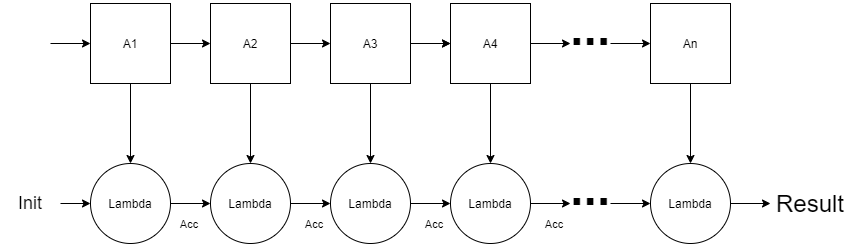
Before: docs/images/fold.drawio.png, a diagram exported from draw.io (macbeth-byui/cse382-course). Source tidied: cells renumbered, new cells last; positions are measured from the earlier drawing's top-left corner, leaving out a move shared by most shapes. Its diagram source:
```xml
<mxGraphModel>
  <root>
    <mxCell id="0" />
    <mxCell id="1" parent="0" />
    <mxCell id="2" style="edgeStyle=orthogonalEdgeStyle;rounded=0;jettySize=auto;html=1;exitX=0;exitY=0.5;exitDx=0;exitDy=0;startArrow=classic;startFill=1;endArrow=none;endFill=0;" parent="1" edge="1" source="4">
      <mxGeometry relative="1" as="geometry">
        <mxPoint x="50" y="40" as="targetPoint" />
      </mxGeometry>
    </mxCell>
    <mxCell id="3" style="edgeStyle=orthogonalEdgeStyle;rounded=0;jettySize=auto;html=1;exitX=0.5;exitY=1;exitDx=0;exitDy=0;entryX=0.5;entryY=0;entryDx=0;entryDy=0;startArrow=none;startFill=0;endArrow=classic;endFill=1;" parent="1" edge="1" source="4" target="21">
      <mxGeometry relative="1" as="geometry" />
    </mxCell>
    <mxCell id="4" value="A1" style="whiteSpace=wrap;html=1;" parent="1" vertex="1">
      <mxGeometry x="90" width="80" height="80" as="geometry" />
    </mxCell>
    <mxCell id="5" style="edgeStyle=orthogonalEdgeStyle;rounded=0;jettySize=auto;html=1;exitX=0;exitY=0.5;exitDx=0;exitDy=0;entryX=1;entryY=0.5;entryDx=0;entryDy=0;startArrow=classic;startFill=1;endArrow=none;endFill=0;" parent="1" edge="1" source="7" target="4">
      <mxGeometry relative="1" as="geometry" />
    </mxCell>
    <mxCell id="6" style="edgeStyle=orthogonalEdgeStyle;rounded=0;jettySize=auto;html=1;startArrow=none;startFill=0;endArrow=classic;endFill=1;" parent="1" edge="1" source="7" target="23">
      <mxGeometry relative="1" as="geometry" />
    </mxCell>
    <mxCell id="7" value="A2" style="whiteSpace=wrap;html=1;" parent="1" vertex="1">
      <mxGeometry x="210" width="80" height="80" as="geometry" />
    </mxCell>
    <mxCell id="8" style="edgeStyle=orthogonalEdgeStyle;rounded=0;jettySize=auto;html=1;exitX=0;exitY=0.5;exitDx=0;exitDy=0;entryX=1;entryY=0.5;entryDx=0;entryDy=0;startArrow=classic;startFill=1;endArrow=none;endFill=0;" parent="1" edge="1" source="11" target="7">
      <mxGeometry relative="1" as="geometry" />
    </mxCell>
    <mxCell id="9" style="edgeStyle=orthogonalEdgeStyle;rounded=0;jettySize=auto;html=1;startArrow=none;startFill=0;endArrow=classic;endFill=1;" parent="1" edge="1" source="11" target="25">
      <mxGeometry relative="1" as="geometry" />
    </mxCell>
    <mxCell id="10" style="edgeStyle=orthogonalEdgeStyle;rounded=0;jettySize=auto;html=1;startArrow=none;startFill=0;endArrow=classic;endFill=1;" parent="1" edge="1" source="11" target="15">
      <mxGeometry relative="1" as="geometry" />
    </mxCell>
    <mxCell id="11" value="A3" style="whiteSpace=wrap;html=1;" parent="1" vertex="1">
      <mxGeometry x="330" width="80" height="80" as="geometry" />
    </mxCell>
    <mxCell id="12" style="edgeStyle=orthogonalEdgeStyle;rounded=0;jettySize=auto;html=1;exitX=0;exitY=0.5;exitDx=0;exitDy=0;startArrow=classic;startFill=1;endArrow=none;endFill=0;" parent="1" edge="1" source="15">
      <mxGeometry relative="1" as="geometry">
        <mxPoint x="420" y="40" as="targetPoint" />
      </mxGeometry>
    </mxCell>
    <mxCell id="13" style="edgeStyle=orthogonalEdgeStyle;rounded=0;jettySize=auto;html=1;exitX=1;exitY=0.5;exitDx=0;exitDy=0;startArrow=none;startFill=0;endArrow=classic;endFill=1;" parent="1" edge="1" source="15">
      <mxGeometry relative="1" as="geometry">
        <mxPoint x="570" y="40" as="targetPoint" />
      </mxGeometry>
    </mxCell>
    <mxCell id="14" style="edgeStyle=orthogonalEdgeStyle;rounded=0;jettySize=auto;html=1;startArrow=none;startFill=0;endArrow=classic;endFill=1;" parent="1" edge="1" source="15" target="27">
      <mxGeometry relative="1" as="geometry" />
    </mxCell>
    <mxCell id="15" value="A4" style="whiteSpace=wrap;html=1;" parent="1" vertex="1">
      <mxGeometry x="450" width="80" height="80" as="geometry" />
    </mxCell>
    <mxCell id="16" style="edgeStyle=orthogonalEdgeStyle;rounded=0;jettySize=auto;html=1;exitX=0;exitY=0.5;exitDx=0;exitDy=0;startArrow=classic;startFill=1;endArrow=none;endFill=0;" parent="1" edge="1" source="18">
      <mxGeometry relative="1" as="geometry">
        <mxPoint x="610" y="40" as="targetPoint" />
      </mxGeometry>
    </mxCell>
    <mxCell id="17" style="edgeStyle=orthogonalEdgeStyle;rounded=0;jettySize=auto;html=1;startArrow=none;startFill=0;endArrow=classic;endFill=1;" parent="1" edge="1" source="18" target="30">
      <mxGeometry relative="1" as="geometry" />
    </mxCell>
    <mxCell id="18" value="An" style="whiteSpace=wrap;html=1;" parent="1" vertex="1">
      <mxGeometry x="650" width="80" height="80" as="geometry" />
    </mxCell>
    <mxCell id="19" value="&lt;b&gt;&lt;font style=&quot;font-size: 48px&quot;&gt;...&lt;/font&gt;&lt;/b&gt;" style="text;html=1;strokeColor=none;fillColor=none;align=center;verticalAlign=middle;whiteSpace=wrap;rounded=0;" parent="1" vertex="1">
      <mxGeometry x="560" y="10" width="60" height="30" as="geometry" />
    </mxCell>
    <mxCell id="20" style="edgeStyle=orthogonalEdgeStyle;rounded=0;jettySize=auto;html=1;exitX=1;exitY=0.5;exitDx=0;exitDy=0;entryX=0;entryY=0.5;entryDx=0;entryDy=0;startArrow=none;startFill=0;endArrow=classic;endFill=1;" parent="1" edge="1" source="21" target="23">
      <mxGeometry relative="1" as="geometry" />
    </mxCell>
    <mxCell id="21" value="Lambda" style="ellipse;whiteSpace=wrap;html=1;" parent="1" vertex="1">
      <mxGeometry x="90" y="160" width="80" height="80" as="geometry" />
    </mxCell>
    <mxCell id="22" style="edgeStyle=orthogonalEdgeStyle;rounded=0;jettySize=auto;html=1;exitX=1;exitY=0.5;exitDx=0;exitDy=0;entryX=0;entryY=0.5;entryDx=0;entryDy=0;startArrow=none;startFill=0;endArrow=classic;endFill=1;" parent="1" edge="1" source="23" target="25">
      <mxGeometry relative="1" as="geometry" />
    </mxCell>
    <mxCell id="23" value="Lambda" style="ellipse;whiteSpace=wrap;html=1;" parent="1" vertex="1">
      <mxGeometry x="210" y="160" width="80" height="80" as="geometry" />
    </mxCell>
    <mxCell id="24" style="edgeStyle=orthogonalEdgeStyle;rounded=0;jettySize=auto;html=1;exitX=1;exitY=0.5;exitDx=0;exitDy=0;entryX=0;entryY=0.5;entryDx=0;entryDy=0;startArrow=none;startFill=0;endArrow=classic;endFill=1;" parent="1" edge="1" source="25" target="27">
      <mxGeometry relative="1" as="geometry" />
    </mxCell>
    <mxCell id="25" value="Lambda" style="ellipse;whiteSpace=wrap;html=1;" parent="1" vertex="1">
      <mxGeometry x="330" y="160" width="80" height="80" as="geometry" />
    </mxCell>
    <mxCell id="26" style="edgeStyle=orthogonalEdgeStyle;rounded=0;jettySize=auto;html=1;exitX=1;exitY=0.5;exitDx=0;exitDy=0;startArrow=none;startFill=0;endArrow=classic;endFill=1;" parent="1" edge="1" source="27">
      <mxGeometry relative="1" as="geometry">
        <mxPoint x="570" y="200" as="targetPoint" />
      </mxGeometry>
    </mxCell>
    <mxCell id="27" value="Lambda" style="ellipse;whiteSpace=wrap;html=1;" parent="1" vertex="1">
      <mxGeometry x="450" y="160" width="80" height="80" as="geometry" />
    </mxCell>
    <mxCell id="28" style="edgeStyle=orthogonalEdgeStyle;rounded=0;jettySize=auto;html=1;exitX=0;exitY=0.5;exitDx=0;exitDy=0;startArrow=classic;startFill=1;endArrow=none;endFill=0;" parent="1" edge="1" source="30">
      <mxGeometry relative="1" as="geometry">
        <mxPoint x="610" y="200" as="targetPoint" />
      </mxGeometry>
    </mxCell>
    <mxCell id="29" style="edgeStyle=orthogonalEdgeStyle;rounded=0;jettySize=auto;html=1;exitX=1;exitY=0.5;exitDx=0;exitDy=0;startArrow=none;startFill=0;endArrow=classic;endFill=1;" parent="1" edge="1" source="30">
      <mxGeometry relative="1" as="geometry">
        <mxPoint x="770" y="200" as="targetPoint" />
      </mxGeometry>
    </mxCell>
    <mxCell id="30" value="Lambda" style="ellipse;whiteSpace=wrap;html=1;" parent="1" vertex="1">
      <mxGeometry x="650" y="160" width="80" height="80" as="geometry" />
    </mxCell>
    <mxCell id="31" style="edgeStyle=orthogonalEdgeStyle;rounded=0;jettySize=auto;html=1;startArrow=none;startFill=0;endArrow=classic;endFill=1;" parent="1" edge="1" source="32" target="21">
      <mxGeometry relative="1" as="geometry" />
    </mxCell>
    <mxCell id="32" value="&lt;font style=&quot;font-size: 18px&quot;&gt;Init&lt;/font&gt;" style="text;html=1;strokeColor=none;fillColor=none;align=center;verticalAlign=middle;whiteSpace=wrap;rounded=0;" parent="1" vertex="1">
      <mxGeometry y="185" width="60" height="30" as="geometry" />
    </mxCell>
    <mxCell id="33" value="&lt;b&gt;&lt;font style=&quot;font-size: 48px&quot;&gt;...&lt;/font&gt;&lt;/b&gt;" style="text;html=1;strokeColor=none;fillColor=none;align=center;verticalAlign=middle;whiteSpace=wrap;rounded=0;" parent="1" vertex="1">
      <mxGeometry x="560" y="170" width="60" height="30" as="geometry" />
    </mxCell>
    <mxCell id="34" value="&lt;font style=&quot;font-size: 24px&quot;&gt;Result&lt;/font&gt;" style="text;html=1;strokeColor=none;fillColor=none;align=center;verticalAlign=middle;whiteSpace=wrap;rounded=0;" parent="1" vertex="1">
      <mxGeometry x="780" y="185" width="60" height="30" as="geometry" />
    </mxCell>
    <mxCell id="35" value="&lt;font style=&quot;font-size: 11px&quot;&gt;Acc&lt;/font&gt;" style="text;html=1;strokeColor=none;fillColor=none;align=center;verticalAlign=middle;whiteSpace=wrap;rounded=0;fontSize=11;" parent="1" vertex="1">
      <mxGeometry x="150" y="210" width="78" height="22" as="geometry" />
    </mxCell>
    <mxCell id="36" value="&lt;font style=&quot;font-size: 11px&quot;&gt;Acc&lt;/font&gt;" style="text;html=1;strokeColor=none;fillColor=none;align=center;verticalAlign=middle;whiteSpace=wrap;rounded=0;fontSize=11;" parent="1" vertex="1">
      <mxGeometry x="275" y="210" width="78" height="22" as="geometry" />
    </mxCell>
    <mxCell id="37" value="&lt;font style=&quot;font-size: 11px&quot;&gt;Acc&lt;/font&gt;" style="text;html=1;strokeColor=none;fillColor=none;align=center;verticalAlign=middle;whiteSpace=wrap;rounded=0;fontSize=11;" parent="1" vertex="1">
      <mxGeometry x="395" y="210" width="78" height="22" as="geometry" />
    </mxCell>
    <mxCell id="38" value="&lt;font style=&quot;font-size: 11px&quot;&gt;Acc&lt;/font&gt;" style="text;html=1;strokeColor=none;fillColor=none;align=center;verticalAlign=middle;whiteSpace=wrap;rounded=0;fontSize=11;" parent="1" vertex="1">
      <mxGeometry x="515" y="210" width="78" height="22" as="geometry" />
    </mxCell>
  </root>
</mxGraphModel>
```
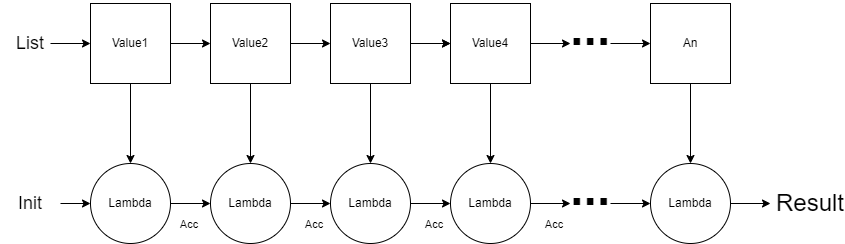
The same diagram one commit later.

The edit, as a diff of the source:
```diff
@@ -10,7 +10,7 @@
     <mxCell id="3" style="edgeStyle=orthogonalEdgeStyle;rounded=0;jettySize=auto;html=1;exitX=0.5;exitY=1;exitDx=0;exitDy=0;entryX=0.5;entryY=0;entryDx=0;entryDy=0;startArrow=none;startFill=0;endArrow=classic;endFill=1;" parent="1" edge="1" source="4" target="21">
       <mxGeometry relative="1" as="geometry" />
     </mxCell>
-    <mxCell id="4" value="A1" style="whiteSpace=wrap;html=1;" parent="1" vertex="1">
+    <mxCell id="4" value="Value1" style="whiteSpace=wrap;html=1;" parent="1" vertex="1">
       <mxGeometry x="90" width="80" height="80" as="geometry" />
     </mxCell>
     <mxCell id="5" style="edgeStyle=orthogonalEdgeStyle;rounded=0;jettySize=auto;html=1;exitX=0;exitY=0.5;exitDx=0;exitDy=0;entryX=1;entryY=0.5;entryDx=0;entryDy=0;startArrow=classic;startFill=1;endArrow=none;endFill=0;" parent="1" edge="1" source="7" target="4">
@@ -19,7 +19,7 @@
     <mxCell id="6" style="edgeStyle=orthogonalEdgeStyle;rounded=0;jettySize=auto;html=1;startArrow=none;startFill=0;endArrow=classic;endFill=1;" parent="1" edge="1" source="7" target="23">
       <mxGeometry relative="1" as="geometry" />
     </mxCell>
-    <mxCell id="7" value="A2" style="whiteSpace=wrap;html=1;" parent="1" vertex="1">
+    <mxCell id="7" value="Value2" style="whiteSpace=wrap;html=1;" parent="1" vertex="1">
       <mxGeometry x="210" width="80" height="80" as="geometry" />
     </mxCell>
     <mxCell id="8" style="edgeStyle=orthogonalEdgeStyle;rounded=0;jettySize=auto;html=1;exitX=0;exitY=0.5;exitDx=0;exitDy=0;entryX=1;entryY=0.5;entryDx=0;entryDy=0;startArrow=classic;startFill=1;endArrow=none;endFill=0;" parent="1" edge="1" source="11" target="7">
@@ -31,7 +31,7 @@
     <mxCell id="10" style="edgeStyle=orthogonalEdgeStyle;rounded=0;jettySize=auto;html=1;startArrow=none;startFill=0;endArrow=classic;endFill=1;" parent="1" edge="1" source="11" target="15">
       <mxGeometry relative="1" as="geometry" />
     </mxCell>
-    <mxCell id="11" value="A3" style="whiteSpace=wrap;html=1;" parent="1" vertex="1">
+    <mxCell id="11" value="Value3" style="whiteSpace=wrap;html=1;" parent="1" vertex="1">
       <mxGeometry x="330" width="80" height="80" as="geometry" />
     </mxCell>
     <mxCell id="12" style="edgeStyle=orthogonalEdgeStyle;rounded=0;jettySize=auto;html=1;exitX=0;exitY=0.5;exitDx=0;exitDy=0;startArrow=classic;startFill=1;endArrow=none;endFill=0;" parent="1" edge="1" source="15">
@@ -47,7 +47,7 @@
     <mxCell id="14" style="edgeStyle=orthogonalEdgeStyle;rounded=0;jettySize=auto;html=1;startArrow=none;startFill=0;endArrow=classic;endFill=1;" parent="1" edge="1" source="15" target="27">
       <mxGeometry relative="1" as="geometry" />
     </mxCell>
-    <mxCell id="15" value="A4" style="whiteSpace=wrap;html=1;" parent="1" vertex="1">
+    <mxCell id="15" value="Value4" style="whiteSpace=wrap;html=1;" parent="1" vertex="1">
       <mxGeometry x="450" width="80" height="80" as="geometry" />
     </mxCell>
     <mxCell id="16" style="edgeStyle=orthogonalEdgeStyle;rounded=0;jettySize=auto;html=1;exitX=0;exitY=0.5;exitDx=0;exitDy=0;startArrow=classic;startFill=1;endArrow=none;endFill=0;" parent="1" edge="1" source="18">
@@ -127,5 +127,8 @@
     <mxCell id="38" value="&lt;font style=&quot;font-size: 11px&quot;&gt;Acc&lt;/font&gt;" style="text;html=1;strokeColor=none;fillColor=none;align=center;verticalAlign=middle;whiteSpace=wrap;rounded=0;fontSize=11;" parent="1" vertex="1">
       <mxGeometry x="515" y="210" width="78" height="22" as="geometry" />
     </mxCell>
+    <mxCell id="39" value="&lt;font style=&quot;font-size: 18px&quot;&gt;List&lt;/font&gt;" style="text;html=1;strokeColor=none;fillColor=none;align=center;verticalAlign=middle;whiteSpace=wrap;rounded=0;" parent="1" vertex="1">
+      <mxGeometry y="25" width="60" height="30" as="geometry" />
+    </mxCell>
   </root>
 </mxGraphModel>
```
